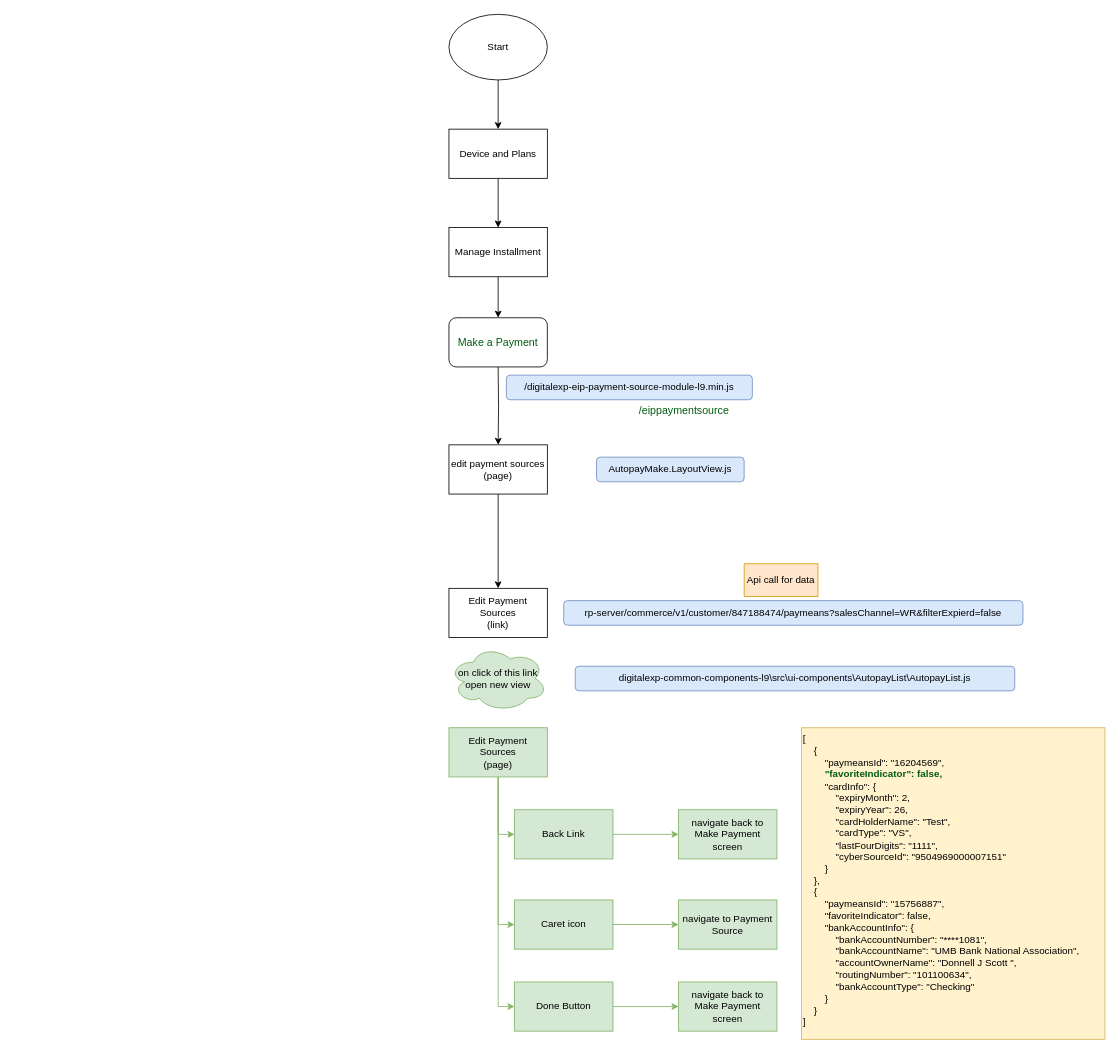
Above: USCC-23258.drawio in PratikBali/flowchart (draw.io), before the change. Source tidied: cells renumbered, new cells numbered last; positions are measured from the earlier drawing's top-left corner, leaving out a move shared by most shapes. Both pictures are drawn from the tidied source at 82%, with x=0, y=0 at pixel (449, 14).
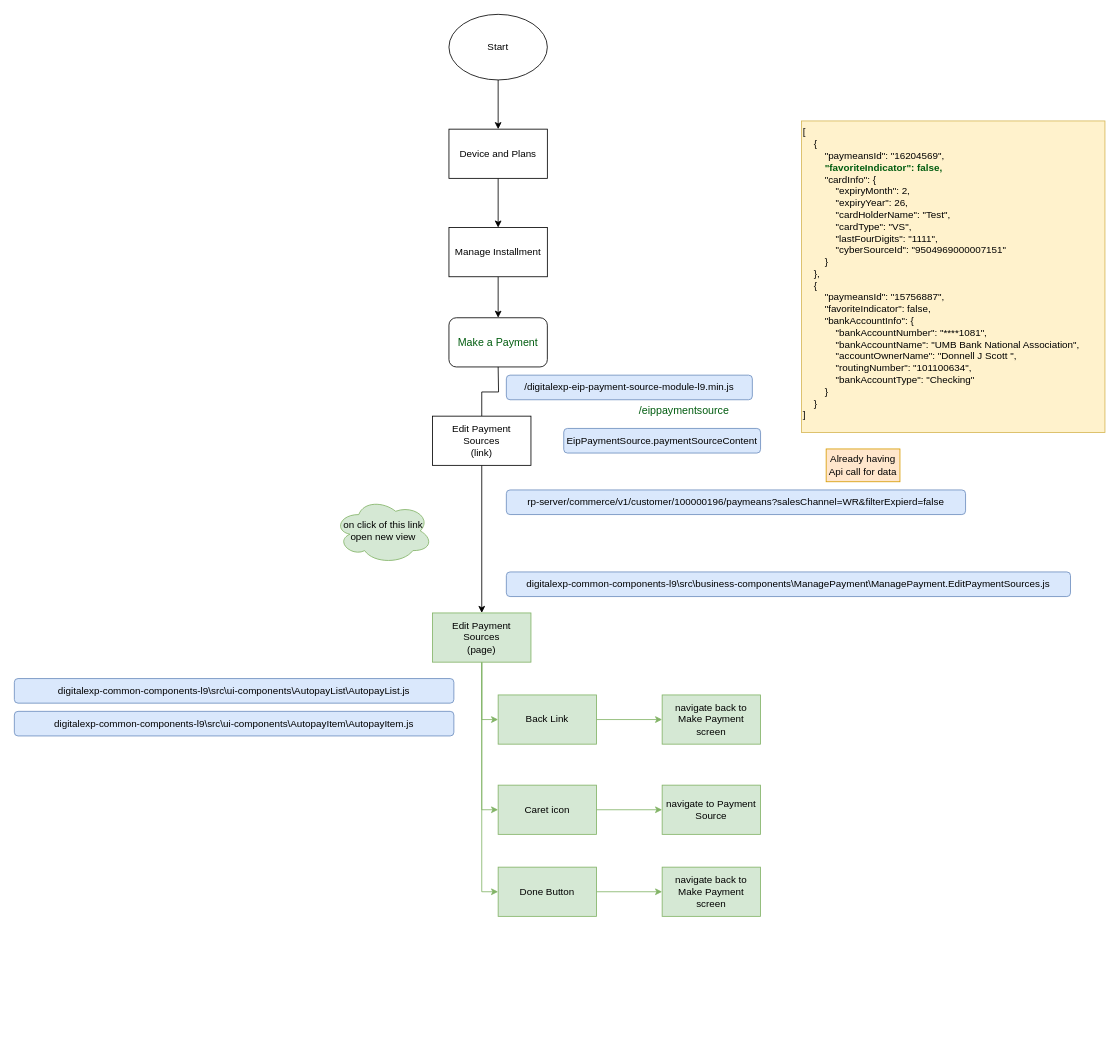
Above is the later version.

Diff of the diagram source:
```diff
@@
-    <mxCell id="4" style="edgeStyle=orthogonalEdgeStyle;rounded=0;jettySize=auto;html=1;" parent="1" edge="1" target="6">
-      <mxGeometry relative="1" as="geometry">
-        <mxPoint x="60" y="430" as="sourcePoint" />
-      </mxGeometry>
+    <mxCell id="4" style="edgeStyle=orthogonalEdgeStyle;rounded=0;jettySize=auto;html=1;startArrow=none;entryX=0.5;entryY=0;entryDx=0;entryDy=0;" parent="1" edge="1" source="7" target="16">
+      <mxGeometry relative="1" as="geometry" />
     </mxCell>
-    <mxCell id="5" style="edgeStyle=orthogonalEdgeStyle;rounded=0;jettySize=auto;html=1;fontColor=#005C0F;" parent="1" edge="1" source="6" target="7">
-      <mxGeometry relative="1" as="geometry" />
-    </mxCell>
-    <mxCell id="6" value="edit payment sources&lt;br&gt;(page)" style="whiteSpace=wrap;html=1;rounded=0;" parent="1" vertex="1">
-      <mxGeometry y="525" width="120" height="60" as="geometry" />
-    </mxCell>
-    <mxCell id="7" value="Edit Payment Sources&lt;br&gt;(link)" style="whiteSpace=wrap;html=1;rounded=0;" parent="1" vertex="1">
-      <mxGeometry y="700" width="120" height="60" as="geometry" />
-    </mxCell>
@@
-    <mxCell id="9" value="AutopayMake.LayoutView.js" style="rounded=1;whiteSpace=wrap;html=1;labelBackgroundColor=none;fillColor=#dae8fc;strokeColor=#6c8ebf;" parent="1" vertex="1">
-      <mxGeometry x="180" y="540" width="180" height="30" as="geometry" />
+    <mxCell id="9" value="EipPaymentSource.paymentSourceContent" style="rounded=1;whiteSpace=wrap;html=1;labelBackgroundColor=none;fillColor=#dae8fc;strokeColor=#6c8ebf;" parent="1" vertex="1">
+      <mxGeometry x="140" y="505" width="240" height="30" as="geometry" />
     </mxCell>
-    <mxCell id="10" value="rp-server/commerce/v1/customer/847188474/paymeans?salesChannel=WR&amp;amp;filterExpierd=false" style="rounded=1;whiteSpace=wrap;html=1;labelBackgroundColor=none;fillColor=#dae8fc;strokeColor=#6c8ebf;" parent="1" vertex="1">
-      <mxGeometry x="140" y="715" width="560" height="30" as="geometry" />
+    <mxCell id="10" value="rp-server/commerce/v1/customer/100000196/paymeans?salesChannel=WR&amp;amp;filterExpierd=false" style="rounded=1;whiteSpace=wrap;html=1;labelBackgroundColor=none;fillColor=#dae8fc;strokeColor=#6c8ebf;" parent="1" vertex="1">
+      <mxGeometry x="70" y="580" width="560" height="30" as="geometry" />
     </mxCell>
-    <mxCell id="11" value="Api call for data" style="rounded=0;whiteSpace=wrap;html=1;labelBackgroundColor=none;fillColor=#ffe6cc;strokeColor=#d79b00;" parent="1" vertex="1">
-      <mxGeometry x="360" y="670" width="90" height="40" as="geometry" />
+    <mxCell id="11" value="Already having Api call for data" style="rounded=0;whiteSpace=wrap;html=1;labelBackgroundColor=none;fillColor=#ffe6cc;strokeColor=#d79b00;" parent="1" vertex="1">
+      <mxGeometry x="460" y="530" width="90" height="40" as="geometry" />
     </mxCell>
     <mxCell id="12" value="on click of this link open new view" style="ellipse;shape=cloud;whiteSpace=wrap;html=1;rounded=0;labelBackgroundColor=none;fillColor=#d5e8d4;strokeColor=#82b366;" parent="1" vertex="1">
-      <mxGeometry y="770" width="120" height="80" as="geometry" />
+      <mxGeometry x="-140" y="590" width="120" height="80" as="geometry" />
     </mxCell>
     <mxCell id="13" style="edgeStyle=orthogonalEdgeStyle;rounded=0;jettySize=auto;html=1;fontColor=#050000;fillColor=#d5e8d4;strokeColor=#82b366;" parent="1" edge="1" source="16" target="24">
       <mxGeometry relative="1" as="geometry">
         <Array as="points">
-          <mxPoint x="60" y="1210" />
+          <mxPoint x="40" y="1070" />
         </Array>
       </mxGeometry>
     </mxCell>
@@
     <mxCell id="16" value="Edit Payment Sources&lt;br&gt;(page)" style="whiteSpace=wrap;html=1;rounded=0;fillColor=#d5e8d4;strokeColor=#82b366;" parent="1" vertex="1">
-      <mxGeometry y="870" width="120" height="60" as="geometry" />
+      <mxGeometry x="-20" y="730" width="120" height="60" as="geometry" />
     </mxCell>
     <mxCell id="17" value="[&lt;br&gt;&amp;nbsp; &amp;nbsp; {&lt;br&gt;&amp;nbsp; &amp;nbsp; &amp;nbsp; &amp;nbsp; &quot;paymeansId&quot;: &quot;16204569&quot;,&lt;br&gt;&lt;b&gt;&lt;font color=&quot;#005c0f&quot;&gt;&amp;nbsp; &amp;nbsp; &amp;nbsp; &amp;nbsp; &quot;favoriteIndicator&quot;: false,&lt;br&gt;&lt;/font&gt;&lt;/b&gt;&amp;nbsp; &amp;nbsp; &amp;nbsp; &amp;nbsp; &quot;cardInfo&quot;: {&lt;br&gt;&amp;nbsp; &amp;nbsp; &amp;nbsp; &amp;nbsp; &amp;nbsp; &amp;nbsp; &quot;expiryMonth&quot;: 2,&lt;br&gt;&amp;nbsp; &amp;nbsp; &amp;nbsp; &amp;nbsp; &amp;nbsp; &amp;nbsp; &quot;expiryYear&quot;: 26,&lt;br&gt;&amp;nbsp; &amp;nbsp; &amp;nbsp; &amp;nbsp; &amp;nbsp; &amp;nbsp; &quot;cardHolderName&quot;: &quot;Test&quot;,&lt;br&gt;&amp;nbsp; &amp;nbsp; &amp;nbsp; &amp;nbsp; &amp;nbsp; &amp;nbsp; &quot;cardType&quot;: &quot;VS&quot;,&lt;br&gt;&amp;nbsp; &amp;nbsp; &amp;nbsp; &amp;nbsp; &amp;nbsp; &amp;nbsp; &quot;lastFourDigits&quot;: &quot;1111&quot;,&lt;br&gt;&amp;nbsp; &amp;nbsp; &amp;nbsp; &amp;nbsp; &amp;nbsp; &amp;nbsp; &quot;cyberSourceId&quot;: &quot;9504969000007151&quot;&lt;br&gt;&amp;nbsp; &amp;nbsp; &amp;nbsp; &amp;nbsp; }&lt;br&gt;&amp;nbsp; &amp;nbsp; },&lt;br&gt;&amp;nbsp; &amp;nbsp; {&lt;br&gt;&amp;nbsp; &amp;nbsp; &amp;nbsp; &amp;nbsp; &quot;paymeansId&quot;: &quot;15756887&quot;,&lt;br&gt;&amp;nbsp; &amp;nbsp; &amp;nbsp; &amp;nbsp; &quot;favoriteIndicator&quot;: false,&lt;br&gt;&amp;nbsp; &amp;nbsp; &amp;nbsp; &amp;nbsp; &quot;bankAccountInfo&quot;: {&lt;br&gt;&amp;nbsp; &amp;nbsp; &amp;nbsp; &amp;nbsp; &amp;nbsp; &amp;nbsp; &quot;bankAccountNumber&quot;: &quot;****1081&quot;,&lt;br&gt;&amp;nbsp; &amp;nbsp; &amp;nbsp; &amp;nbsp; &amp;nbsp; &amp;nbsp; &quot;bankAccountName&quot;: &quot;UMB Bank National Association&quot;,&lt;br&gt;&amp;nbsp; &amp;nbsp; &amp;nbsp; &amp;nbsp; &amp;nbsp; &amp;nbsp; &quot;accountOwnerName&quot;: &quot;Donnell J Scott &quot;,&lt;br&gt;&amp;nbsp; &amp;nbsp; &amp;nbsp; &amp;nbsp; &amp;nbsp; &amp;nbsp; &quot;routingNumber&quot;: &quot;101100634&quot;,&lt;br&gt;&amp;nbsp; &amp;nbsp; &amp;nbsp; &amp;nbsp; &amp;nbsp; &amp;nbsp; &quot;bankAccountType&quot;: &quot;Checking&quot;&lt;br&gt;&amp;nbsp; &amp;nbsp; &amp;nbsp; &amp;nbsp; }&lt;br&gt;&amp;nbsp; &amp;nbsp; }&lt;br&gt;]" style="text;whiteSpace=wrap;html=1;fillColor=#fff2cc;strokeColor=#d6b656;" parent="1" vertex="1">
-      <mxGeometry x="430" y="870" width="370" height="380" as="geometry" />
+      <mxGeometry x="430" y="130" width="370" height="380" as="geometry" />
     </mxCell>
-    <mxCell id="18" value="digitalexp-common-components-l9\src\ui-components\AutopayList\AutopayList.js" style="rounded=1;whiteSpace=wrap;html=1;labelBackgroundColor=none;fillColor=#dae8fc;strokeColor=#6c8ebf;" parent="1" vertex="1">
-      <mxGeometry x="154" y="795" width="536" height="30" as="geometry" />
-    </mxCell>
@@
     <mxCell id="20" value="Back Link" style="whiteSpace=wrap;html=1;rounded=0;fillColor=#d5e8d4;strokeColor=#82b366;" parent="1" vertex="1">
-      <mxGeometry x="80" y="970" width="120" height="60" as="geometry" />
+      <mxGeometry x="60" y="830" width="120" height="60" as="geometry" />
     </mxCell>
@@
     <mxCell id="22" value="Caret icon" style="whiteSpace=wrap;html=1;rounded=0;fillColor=#d5e8d4;strokeColor=#82b366;" parent="1" vertex="1">
-      <mxGeometry x="80" y="1080" width="120" height="60" as="geometry" />
+      <mxGeometry x="60" y="940" width="120" height="60" as="geometry" />
     </mxCell>
@@
     <mxCell id="24" value="Done Button" style="whiteSpace=wrap;html=1;rounded=0;fillColor=#d5e8d4;strokeColor=#82b366;" parent="1" vertex="1">
-      <mxGeometry x="80" y="1180" width="120" height="60" as="geometry" />
+      <mxGeometry x="60" y="1040" width="120" height="60" as="geometry" />
     </mxCell>
     <mxCell id="25" value="navigate back to Make Payment screen" style="whiteSpace=wrap;html=1;rounded=0;fillColor=#d5e8d4;strokeColor=#82b366;" parent="1" vertex="1">
-      <mxGeometry x="280" y="970" width="120" height="60" as="geometry" />
+      <mxGeometry x="260" y="830" width="120" height="60" as="geometry" />
     </mxCell>
     <mxCell id="26" value="navigate to Payment Source" style="whiteSpace=wrap;html=1;rounded=0;fillColor=#d5e8d4;strokeColor=#82b366;" parent="1" vertex="1">
-      <mxGeometry x="280" y="1080" width="120" height="60" as="geometry" />
+      <mxGeometry x="260" y="940" width="120" height="60" as="geometry" />
     </mxCell>
     <mxCell id="27" value="navigate back to Make Payment screen" style="whiteSpace=wrap;html=1;rounded=0;fillColor=#d5e8d4;strokeColor=#82b366;" parent="1" vertex="1">
-      <mxGeometry x="280" y="1180" width="120" height="60" as="geometry" />
+      <mxGeometry x="260" y="1040" width="120" height="60" as="geometry" />
     </mxCell>
@@
+    <mxCell id="34" style="edgeStyle=orthogonalEdgeStyle;rounded=0;jettySize=auto;html=1;endArrow=none;" parent="1" edge="1" target="7">
+      <mxGeometry relative="1" as="geometry">
+        <mxPoint x="60" y="430" as="sourcePoint" />
+      </mxGeometry>
+    </mxCell>
+    <mxCell id="7" value="Edit Payment Sources&lt;br&gt;(link)" style="whiteSpace=wrap;html=1;rounded=0;" parent="1" vertex="1">
+      <mxGeometry x="-20" y="490" width="120" height="60" as="geometry" />
+    </mxCell>
+    <mxCell id="35" value="digitalexp-common-components-l9\src\ui-components\AutopayItem\AutopayItem.js" style="rounded=1;whiteSpace=wrap;html=1;labelBackgroundColor=none;fillColor=#dae8fc;strokeColor=#6c8ebf;" parent="1" vertex="1">
+      <mxGeometry x="-530" y="850" width="536" height="30" as="geometry" />
+    </mxCell>
+    <mxCell id="18" value="digitalexp-common-components-l9\src\ui-components\AutopayList\AutopayList.js" style="rounded=1;whiteSpace=wrap;html=1;labelBackgroundColor=none;fillColor=#dae8fc;strokeColor=#6c8ebf;" parent="1" vertex="1">
+      <mxGeometry x="-530" y="810" width="536" height="30" as="geometry" />
+    </mxCell>
+    <mxCell id="36" value="digitalexp-common-components-l9\src\business-components\ManagePayment\ManagePayment.EditPaymentSources.js" style="rounded=1;whiteSpace=wrap;html=1;labelBackgroundColor=none;fillColor=#dae8fc;strokeColor=#6c8ebf;" parent="1" vertex="1">
+      <mxGeometry x="70" y="680" width="688" height="30" as="geometry" />
+    </mxCell>
```
